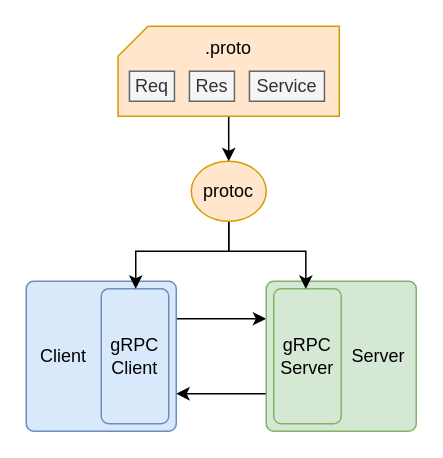
Above: Drafts/grpc.drawio in xrysamuel/my-drawio (draw.io), before the change. Source tidied: cells renumbered, new cells numbered last; positions are measured from the earlier drawing's top-left corner, leaving out a move shared by most shapes. Both pictures are drawn from the tidied source at 150%, with x=0, y=0 at pixel (26, 26).
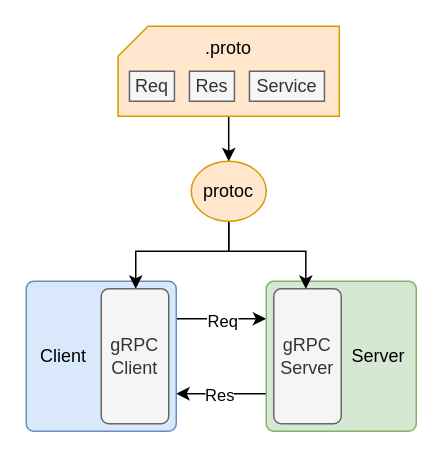
Above is the later version.

Unchanged cells that the change refers to:
```xml
<mxCell id="2" style="edgeStyle=orthogonalEdgeStyle;rounded=0;jettySize=auto;html=1;exitX=1;exitY=0.25;exitDx=0;exitDy=0;entryX=0;entryY=0.25;entryDx=0;entryDy=0;" parent="1" edge="1" source="3" target="7">
  <mxGeometry relative="1" as="geometry" />
</mxCell>
<mxCell id="3" style="rounded=1;absoluteArcSize=1;html=1;arcSize=10;fillColor=#dae8fc;strokeColor=#6c8ebf;" parent="1" vertex="1">
  <mxGeometry y="170" width="100" height="100" as="geometry" />
</mxCell>
<mxCell id="6" style="edgeStyle=orthogonalEdgeStyle;rounded=0;jettySize=auto;html=1;exitX=0;exitY=0.75;exitDx=0;exitDy=0;entryX=1;entryY=0.75;entryDx=0;entryDy=0;" parent="1" edge="1" source="7" target="3">
  <mxGeometry relative="1" as="geometry" />
</mxCell>
<mxCell id="7" style="rounded=1;absoluteArcSize=1;html=1;arcSize=10;fillColor=#d5e8d4;strokeColor=#82b366;flipH=1;" parent="1" vertex="1">
  <mxGeometry x="160" y="170" width="100" height="100" as="geometry" />
</mxCell>
```

The edit, as a diff of the source:
```diff
@@
+    <mxCell id="19" value="Req" style="edgeLabel;html=1;align=center;verticalAlign=middle;" parent="2" vertex="1">
+      <mxGeometry x="-0.01" y="-1" relative="1" as="geometry" />
+    </mxCell>
@@
-    <mxCell id="5" value="&lt;div&gt;gRPC&lt;/div&gt;Client" style="rounded=1;absoluteArcSize=1;html=1;arcSize=10;whiteSpace=wrap;points=[];strokeColor=inherit;fillColor=inherit;" parent="3" vertex="1">
+    <mxCell id="5" value="&lt;div&gt;gRPC&lt;/div&gt;Client" style="rounded=1;absoluteArcSize=1;html=1;arcSize=10;whiteSpace=wrap;points=[];strokeColor=#666666;fillColor=#f5f5f5;fontColor=#333333;" parent="3" vertex="1">
       <mxGeometry x="50" y="5" width="45" height="90" as="geometry" />
     </mxCell>
@@
+    <mxCell id="20" value="Res" style="edgeLabel;html=1;align=center;verticalAlign=middle;" parent="6" vertex="1">
+      <mxGeometry x="0.05" relative="1" as="geometry" />
+    </mxCell>
@@
-    <mxCell id="9" value="&lt;div&gt;gRPC&lt;/div&gt;&lt;div&gt;Server&lt;/div&gt;" style="rounded=1;absoluteArcSize=1;html=1;arcSize=10;whiteSpace=wrap;points=[];strokeColor=inherit;fillColor=inherit;" parent="7" vertex="1">
+    <mxCell id="9" value="&lt;div&gt;gRPC&lt;/div&gt;&lt;div&gt;Server&lt;/div&gt;" style="rounded=1;absoluteArcSize=1;html=1;arcSize=10;whiteSpace=wrap;points=[];strokeColor=#666666;fillColor=#f5f5f5;fontColor=#333333;" parent="7" vertex="1">
       <mxGeometry x="5" y="5" width="45" height="90" as="geometry" />
     </mxCell>
```
